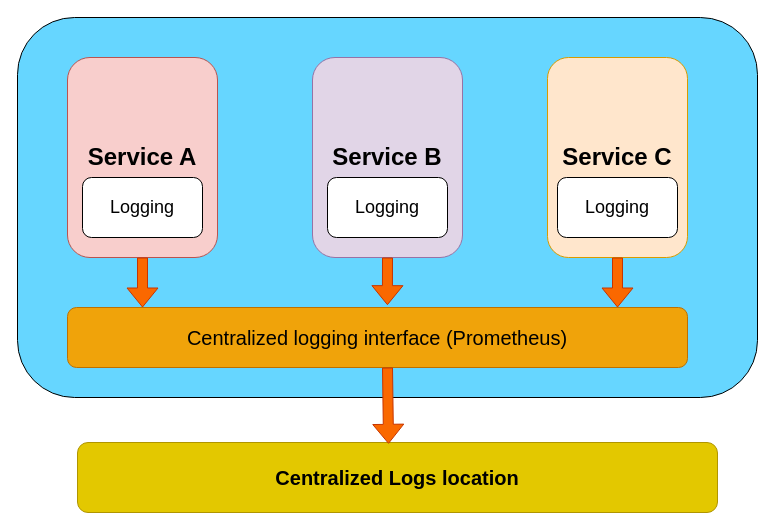
Before: resources/Centralized Logs.drawio in prasad-babu/mydraw.io, a draw.io diagram. Source tidied: cells renumbered, new cells numbered last; positions are measured from the earlier drawing's top-left corner, leaving out a move shared by most shapes. Both pictures are drawn from the tidied source at 100%, with x=0, y=0 at pixel (17, 17).
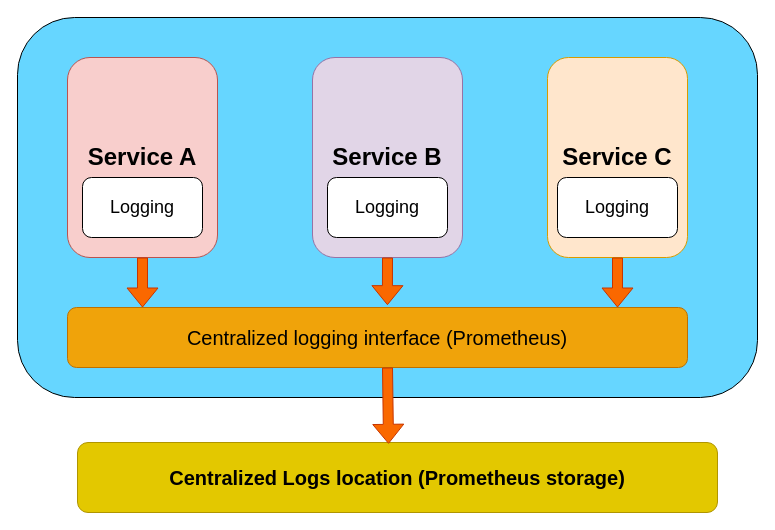
Above is the later version.

Change to the diagram source:
```diff
@@
 <mxGraphModel>
   <root>
     <mxCell id="0" />
     <mxCell id="1" parent="0" />
     <mxCell id="2" style="rounded=1;whiteSpace=wrap;html=1;fillColor=#66D6FF;" parent="1" vertex="1">
       <mxGeometry width="740" height="380" as="geometry" />
     </mxCell>
     <mxCell id="3" value="&lt;font size=&quot;1&quot;&gt;&lt;b style=&quot;font-size: 24px;&quot;&gt;Service A&lt;/b&gt;&lt;/font&gt;" style="rounded=1;whiteSpace=wrap;html=1;fillColor=#f8cecc;strokeColor=#b85450;" parent="1" vertex="1">
       <mxGeometry x="50" y="40" width="150" height="200" as="geometry" />
     </mxCell>
     <mxCell id="4" value="&lt;font style=&quot;font-size: 24px;&quot;&gt;&lt;b&gt;Service B&lt;/b&gt;&lt;/font&gt;" style="rounded=1;whiteSpace=wrap;html=1;fillColor=#e1d5e7;strokeColor=#9673a6;" parent="1" vertex="1">
       <mxGeometry x="295" y="40" width="150" height="200" as="geometry" />
     </mxCell>
     <mxCell id="5" value="&lt;font style=&quot;font-size: 18px;&quot;&gt;Logging&lt;/font&gt;" style="rounded=1;whiteSpace=wrap;html=1;" parent="1" vertex="1">
       <mxGeometry x="65" y="160" width="120" height="60" as="geometry" />
     </mxCell>
     <mxCell id="6" value="&lt;font style=&quot;font-size: 24px;&quot;&gt;&lt;b&gt;Service C&lt;/b&gt;&lt;/font&gt;" style="rounded=1;whiteSpace=wrap;html=1;fillColor=#ffe6cc;strokeColor=#d79b00;" parent="1" vertex="1">
       <mxGeometry x="530" y="40" width="140" height="200" as="geometry" />
     </mxCell>
     <mxCell id="7" value="&lt;font style=&quot;font-size: 18px;&quot;&gt;Logging&lt;/font&gt;" style="rounded=1;whiteSpace=wrap;html=1;" parent="1" vertex="1">
       <mxGeometry x="540" y="160" width="120" height="60" as="geometry" />
     </mxCell>
     <mxCell id="8" value="&lt;font style=&quot;font-size: 18px;&quot;&gt;Logging&lt;/font&gt;" style="rounded=1;whiteSpace=wrap;html=1;" parent="1" vertex="1">
       <mxGeometry x="310" y="160" width="120" height="60" as="geometry" />
     </mxCell>
-    <mxCell id="9" value="&lt;font style=&quot;font-size: 20px;&quot;&gt;&lt;b&gt;Centralized Logs location&lt;/b&gt;&lt;/font&gt;" style="rounded=1;whiteSpace=wrap;html=1;fillColor=#e3c800;strokeColor=#B09500;fontColor=#000000;" parent="1" vertex="1">
+    <mxCell id="9" value="&lt;font style=&quot;font-size: 20px;&quot;&gt;&lt;b&gt;Centralized Logs location (Prometheus storage)&lt;/b&gt;&lt;/font&gt;" style="rounded=1;whiteSpace=wrap;html=1;fillColor=#e3c800;strokeColor=#B09500;fontColor=#000000;" parent="1" vertex="1">
       <mxGeometry x="60" y="425" width="640" height="70" as="geometry" />
     </mxCell>
     <mxCell id="10" style="shape=flexArrow;endArrow=classic;html=1;rounded=0;exitX=0.5;exitY=1;exitDx=0;exitDy=0;fillColor=#fa6800;strokeColor=#C73500;" parent="1" edge="1" source="3">
       <mxGeometry relative="1" as="geometry">
         <mxPoint x="125" y="290" as="targetPoint" />
       </mxGeometry>
     </mxCell>
     <mxCell id="11" style="shape=flexArrow;endArrow=classic;html=1;rounded=0;exitX=0.5;exitY=1;exitDx=0;exitDy=0;fillColor=#fa6800;strokeColor=#C73500;" parent="1" edge="1" source="6">
       <mxGeometry relative="1" as="geometry">
         <mxPoint x="600" y="290" as="targetPoint" />
       </mxGeometry>
     </mxCell>
     <mxCell id="12" style="shape=flexArrow;endArrow=classic;html=1;rounded=0;entryX=0.516;entryY=-0.039;entryDx=0;entryDy=0;fillColor=#fa6800;strokeColor=#C73500;entryPerimeter=0;" parent="1" edge="1" target="13">
       <mxGeometry relative="1" as="geometry">
         <mxPoint x="370" y="240" as="sourcePoint" />
       </mxGeometry>
     </mxCell>
     <mxCell id="13" value="Centralized logging interface (Prometheus)" style="rounded=1;whiteSpace=wrap;html=1;fontSize=20;fillColor=#f0a30a;fontColor=#000000;strokeColor=#BD7000;" parent="1" vertex="1">
       <mxGeometry x="50" y="290" width="620" height="60" as="geometry" />
     </mxCell>
     <mxCell id="14" style="shape=flexArrow;endArrow=classic;html=1;rounded=0;fontSize=20;entryX=0.486;entryY=0.019;entryDx=0;entryDy=0;entryPerimeter=0;fillColor=#fa6800;strokeColor=#C73500;" parent="1" edge="1" target="9">
       <mxGeometry relative="1" as="geometry">
         <mxPoint x="370" y="350" as="sourcePoint" />
       </mxGeometry>
     </mxCell>
   </root>
 </mxGraphModel>
```
